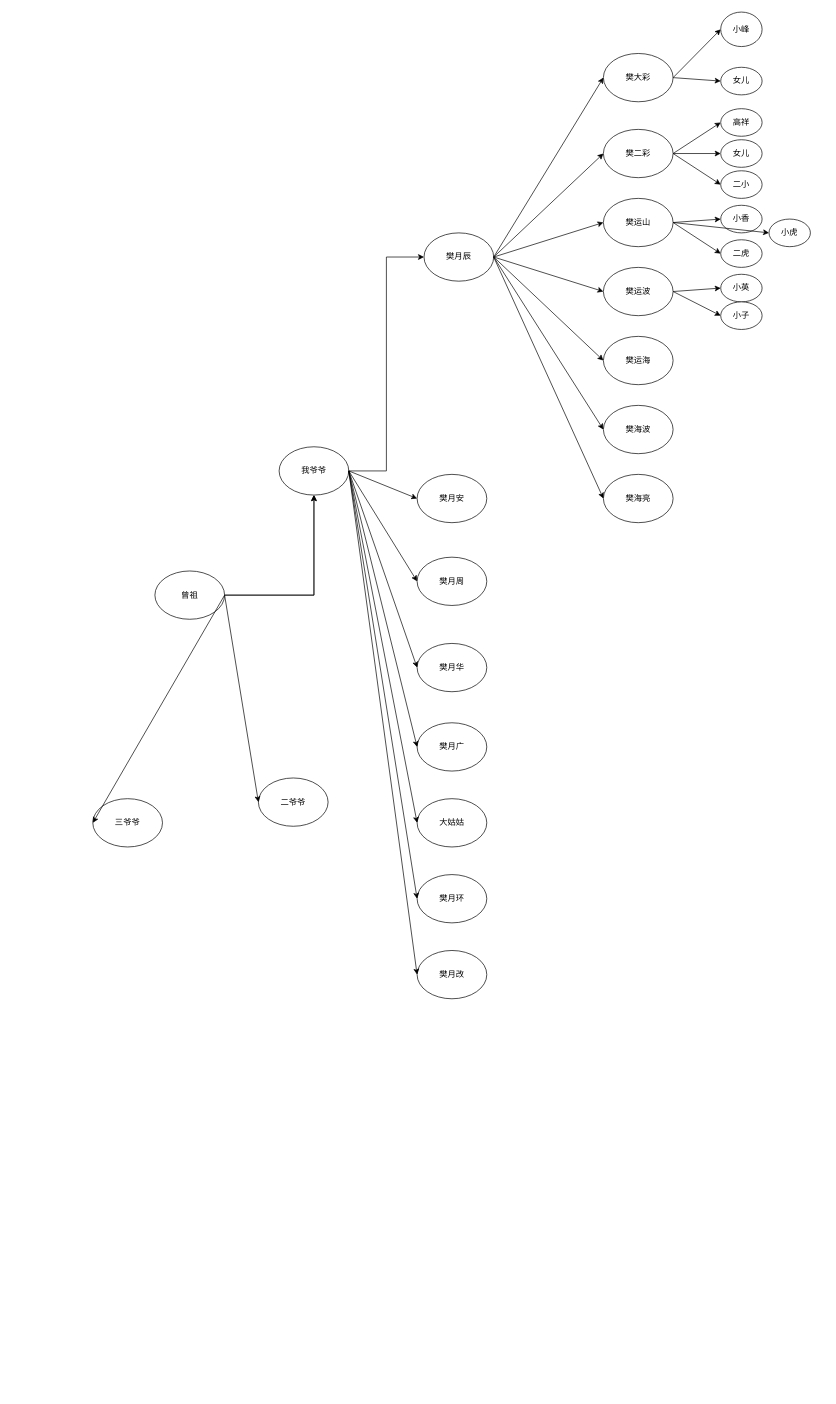
Before: 未命名绘图.drawio in fanswm/draw-io, a draw.io diagram. Source tidied: cells renumbered, new cells numbered last; positions are measured from the earlier drawing's top-left corner, leaving out a move shared by most shapes. Both pictures are drawn from the tidied source at 69%, with x=0, y=0 at pixel (92, 12).
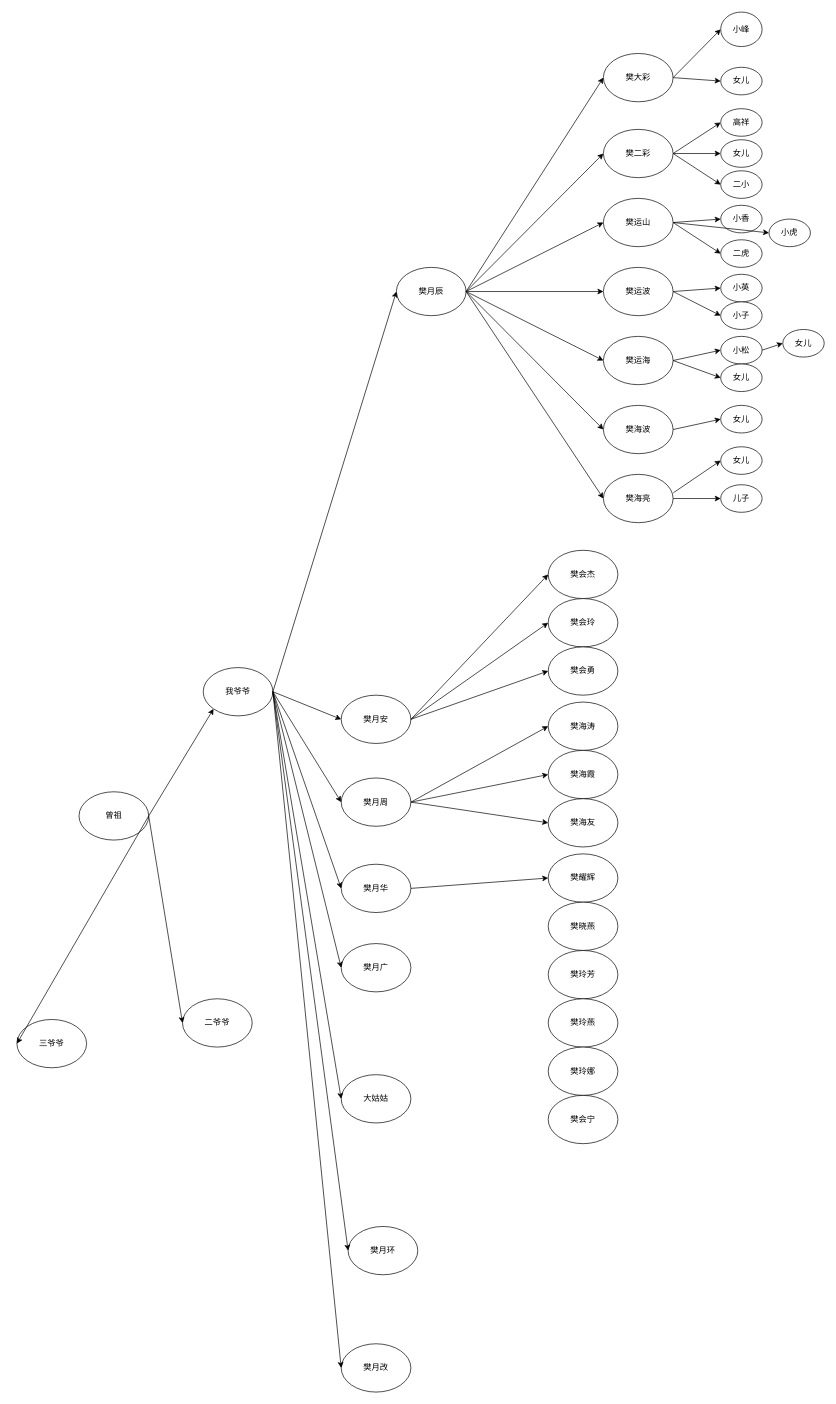
Above is the later version.

Commit message:
更新未命名绘图.drawio

Unchanged cells that the change refers to:
```xml
<mxCell id="30" value="樊运海" style="ellipse;whiteSpace=wrap;html=1;rounded=0;shadow=0;comic=0;strokeWidth=1;fontFamily=Verdana;" parent="1" vertex="1">
  <mxGeometry x="740" y="470" width="101" height="70" as="geometry" />
</mxCell>
<mxCell id="31" value="樊海波" style="ellipse;whiteSpace=wrap;html=1;rounded=0;shadow=0;comic=0;strokeWidth=1;fontFamily=Verdana;" parent="1" vertex="1">
  <mxGeometry x="740" y="570" width="101" height="70" as="geometry" />
</mxCell>
<mxCell id="32" value="樊海亮" style="ellipse;whiteSpace=wrap;html=1;rounded=0;shadow=0;comic=0;strokeWidth=1;fontFamily=Verdana;" parent="1" vertex="1">
  <mxGeometry x="740" y="670" width="101" height="70" as="geometry" />
</mxCell>
```

Diff of the diagram source:
```diff
@@
-    <mxCell id="2" style="edgeStyle=orthogonalEdgeStyle;rounded=0;jettySize=auto;html=1;" parent="1" edge="1" source="4" target="6">
-      <mxGeometry relative="1" as="geometry" />
-    </mxCell>
-    <mxCell id="3" style="edgeStyle=orthogonalEdgeStyle;rounded=0;jettySize=auto;html=1;" parent="1" edge="1" source="4" target="6">
-      <mxGeometry relative="1" as="geometry" />
-    </mxCell>
     <mxCell id="4" value="曾祖" style="ellipse;whiteSpace=wrap;html=1;rounded=0;shadow=0;comic=0;strokeWidth=1;fontFamily=Verdana;" parent="1" vertex="1">
-      <mxGeometry x="90" y="810" width="101" height="70" as="geometry" />
+      <mxGeometry x="-20" y="1130" width="101" height="70" as="geometry" />
     </mxCell>
-    <mxCell id="5" style="edgeStyle=orthogonalEdgeStyle;rounded=0;jettySize=auto;html=1;exitX=1;exitY=0.5;exitDx=0;exitDy=0;entryX=0;entryY=0.5;entryDx=0;entryDy=0;" parent="1" edge="1" source="6" target="11">
-      <mxGeometry relative="1" as="geometry" />
-    </mxCell>
     <mxCell id="6" value="我爷爷" style="ellipse;whiteSpace=wrap;html=1;rounded=0;shadow=0;comic=0;strokeWidth=1;fontFamily=Verdana;" parent="1" vertex="1">
-      <mxGeometry x="270" y="630" width="101" height="70" as="geometry" />
+      <mxGeometry x="160" y="950" width="101" height="70" as="geometry" />
     </mxCell>
     <mxCell id="7" value="二爷爷" style="ellipse;whiteSpace=wrap;html=1;rounded=0;shadow=0;comic=0;strokeWidth=1;fontFamily=Verdana;" parent="1" vertex="1">
-      <mxGeometry x="240" y="1110" width="101" height="70" as="geometry" />
+      <mxGeometry x="130" y="1430" width="101" height="70" as="geometry" />
     </mxCell>
     <mxCell id="8" value="三爷爷" style="ellipse;whiteSpace=wrap;html=1;rounded=0;shadow=0;comic=0;strokeWidth=1;fontFamily=Verdana;" parent="1" vertex="1">
-      <mxGeometry y="1140" width="101" height="70" as="geometry" />
+      <mxGeometry x="-110" y="1460" width="101" height="70" as="geometry" />
     </mxCell>
@@
     <mxCell id="11" value="樊月辰" style="ellipse;whiteSpace=wrap;html=1;rounded=0;shadow=0;comic=0;strokeWidth=1;fontFamily=Verdana;" parent="1" vertex="1">
-      <mxGeometry x="480" y="320" width="101" height="70" as="geometry" />
+      <mxGeometry x="440" y="370" width="101" height="70" as="geometry" />
     </mxCell>
     <mxCell id="12" value="樊月安" style="ellipse;whiteSpace=wrap;html=1;rounded=0;shadow=0;comic=0;strokeWidth=1;fontFamily=Verdana;" parent="1" vertex="1">
-      <mxGeometry x="470" y="670" width="101" height="70" as="geometry" />
+      <mxGeometry x="360" y="990" width="101" height="70" as="geometry" />
     </mxCell>
     <mxCell id="13" value="樊月周" style="ellipse;whiteSpace=wrap;html=1;rounded=0;shadow=0;comic=0;strokeWidth=1;fontFamily=Verdana;" parent="1" vertex="1">
-      <mxGeometry x="470" y="790" width="101" height="70" as="geometry" />
+      <mxGeometry x="360" y="1110" width="101" height="70" as="geometry" />
     </mxCell>
     <mxCell id="14" value="樊月华" style="ellipse;whiteSpace=wrap;html=1;rounded=0;shadow=0;comic=0;strokeWidth=1;fontFamily=Verdana;" parent="1" vertex="1">
-      <mxGeometry x="470" y="915" width="101" height="70" as="geometry" />
+      <mxGeometry x="360" y="1235" width="101" height="70" as="geometry" />
     </mxCell>
     <mxCell id="15" value="樊月广" style="ellipse;whiteSpace=wrap;html=1;rounded=0;shadow=0;comic=0;strokeWidth=1;fontFamily=Verdana;" parent="1" vertex="1">
-      <mxGeometry x="470" y="1030" width="101" height="70" as="geometry" />
+      <mxGeometry x="360" y="1350" width="101" height="70" as="geometry" />
     </mxCell>
     <mxCell id="16" value="大姑姑" style="ellipse;whiteSpace=wrap;html=1;rounded=0;shadow=0;comic=0;strokeWidth=1;fontFamily=Verdana;" parent="1" vertex="1">
-      <mxGeometry x="470" y="1140" width="101" height="70" as="geometry" />
+      <mxGeometry x="360" y="1540" width="101" height="70" as="geometry" />
     </mxCell>
     <mxCell id="17" value="樊月环" style="ellipse;whiteSpace=wrap;html=1;rounded=0;shadow=0;comic=0;strokeWidth=1;fontFamily=Verdana;" parent="1" vertex="1">
-      <mxGeometry x="470" y="1250" width="101" height="70" as="geometry" />
+      <mxGeometry x="370" y="1760" width="101" height="70" as="geometry" />
     </mxCell>
     <mxCell id="18" value="樊月改" style="ellipse;whiteSpace=wrap;html=1;rounded=0;shadow=0;comic=0;strokeWidth=1;fontFamily=Verdana;" parent="1" vertex="1">
-      <mxGeometry x="470" y="1360" width="101" height="70" as="geometry" />
+      <mxGeometry x="360" y="1930" width="101" height="70" as="geometry" />
     </mxCell>
@@
+    <mxCell id="5" style="endArrow=classic;html=1;rounded=0;exitX=1;exitY=0.5;exitDx=0;exitDy=0;entryX=0;entryY=0.5;entryDx=0;entryDy=0;" parent="1" edge="1" source="6" target="11">
+      <mxGeometry relative="1" as="geometry" />
+    </mxCell>
+    <mxCell id="60" style="endArrow=classic;html=1;rounded=0;exitX=1;exitY=0.5;exitDx=0;exitDy=0;entryX=0;entryY=1;entryDx=0;entryDy=0;" parent="1" edge="1" source="4" target="6">
+      <mxGeometry relative="1" as="geometry" />
+    </mxCell>
+    <mxCell id="61" value="小松" style="ellipse;whiteSpace=wrap;html=1;rounded=0;shadow=0;comic=0;strokeWidth=1;fontFamily=Verdana;" parent="1" vertex="1">
+      <mxGeometry x="910" y="470" width="60" height="40" as="geometry" />
+    </mxCell>
+    <mxCell id="62" value="女儿" style="ellipse;whiteSpace=wrap;html=1;rounded=0;shadow=0;comic=0;strokeWidth=1;fontFamily=Verdana;" parent="1" vertex="1">
+      <mxGeometry x="910" y="510" width="60" height="40" as="geometry" />
+    </mxCell>
+    <mxCell id="63" value="女儿" style="ellipse;whiteSpace=wrap;html=1;rounded=0;shadow=0;comic=0;strokeWidth=1;fontFamily=Verdana;" parent="1" vertex="1">
+      <mxGeometry x="1000" y="460" width="60" height="40" as="geometry" />
+    </mxCell>
+    <mxCell id="64" style="endArrow=classic;html=1;rounded=0;exitX=1;exitY=0.5;exitDx=0;exitDy=0;entryX=0;entryY=0.5;entryDx=0;entryDy=0;" parent="1" edge="1" source="30" target="61">
+      <mxGeometry relative="1" as="geometry" />
+    </mxCell>
+    <mxCell id="65" style="endArrow=classic;html=1;rounded=0;exitX=1;exitY=0.5;exitDx=0;exitDy=0;entryX=0;entryY=0.5;entryDx=0;entryDy=0;" parent="1" edge="1" source="61" target="63">
+      <mxGeometry relative="1" as="geometry" />
+    </mxCell>
+    <mxCell id="66" style="endArrow=classic;html=1;rounded=0;exitX=1;exitY=0.5;exitDx=0;exitDy=0;entryX=0;entryY=0.5;entryDx=0;entryDy=0;" parent="1" edge="1" source="30" target="62">
+      <mxGeometry relative="1" as="geometry" />
+    </mxCell>
+    <mxCell id="67" value="女儿" style="ellipse;whiteSpace=wrap;html=1;rounded=0;shadow=0;comic=0;strokeWidth=1;fontFamily=Verdana;" parent="1" vertex="1">
+      <mxGeometry x="910" y="570" width="60" height="40" as="geometry" />
+    </mxCell>
+    <mxCell id="68" style="endArrow=classic;html=1;rounded=0;exitX=1;exitY=0.5;exitDx=0;exitDy=0;entryX=0;entryY=0.5;entryDx=0;entryDy=0;" parent="1" edge="1" source="31" target="67">
+      <mxGeometry relative="1" as="geometry" />
+    </mxCell>
+    <mxCell id="69" value="女儿" style="ellipse;whiteSpace=wrap;html=1;rounded=0;shadow=0;comic=0;strokeWidth=1;fontFamily=Verdana;" parent="1" vertex="1">
+      <mxGeometry x="910" y="630" width="60" height="40" as="geometry" />
+    </mxCell>
+    <mxCell id="70" value="儿子" style="ellipse;whiteSpace=wrap;html=1;rounded=0;shadow=0;comic=0;strokeWidth=1;fontFamily=Verdana;" parent="1" vertex="1">
+      <mxGeometry x="910" y="685" width="60" height="40" as="geometry" />
+    </mxCell>
+    <mxCell id="71" style="endArrow=classic;html=1;rounded=0;exitX=1.002;exitY=0.383;exitDx=0;exitDy=0;entryX=0;entryY=0.5;entryDx=0;entryDy=0;exitPerimeter=0;" parent="1" edge="1" source="32" target="69">
+      <mxGeometry relative="1" as="geometry" />
+    </mxCell>
+    <mxCell id="72" style="endArrow=classic;html=1;rounded=0;exitX=1;exitY=0.5;exitDx=0;exitDy=0;entryX=0;entryY=0.5;entryDx=0;entryDy=0;" parent="1" edge="1" source="32" target="70">
+      <mxGeometry relative="1" as="geometry" />
+    </mxCell>
+    <mxCell id="73" value="樊会杰" style="ellipse;whiteSpace=wrap;html=1;rounded=0;shadow=0;comic=0;strokeWidth=1;fontFamily=Verdana;" parent="1" vertex="1">
+      <mxGeometry x="660" y="780" width="101" height="70" as="geometry" />
+    </mxCell>
+    <mxCell id="74" value="樊会玲" style="ellipse;whiteSpace=wrap;html=1;rounded=0;shadow=0;comic=0;strokeWidth=1;fontFamily=Verdana;" parent="1" vertex="1">
+      <mxGeometry x="660" y="850" width="101" height="70" as="geometry" />
+    </mxCell>
+    <mxCell id="75" value="樊会勇" style="ellipse;whiteSpace=wrap;html=1;rounded=0;shadow=0;comic=0;strokeWidth=1;fontFamily=Verdana;" parent="1" vertex="1">
+      <mxGeometry x="660" y="920" width="101" height="70" as="geometry" />
+    </mxCell>
+    <mxCell id="76" value="樊海涛" style="ellipse;whiteSpace=wrap;html=1;rounded=0;shadow=0;comic=0;strokeWidth=1;fontFamily=Verdana;" parent="1" vertex="1">
+      <mxGeometry x="660" y="1000" width="101" height="70" as="geometry" />
+    </mxCell>
+    <mxCell id="77" value="樊海霞" style="ellipse;whiteSpace=wrap;html=1;rounded=0;shadow=0;comic=0;strokeWidth=1;fontFamily=Verdana;" parent="1" vertex="1">
+      <mxGeometry x="660" y="1070" width="101" height="70" as="geometry" />
+    </mxCell>
+    <mxCell id="78" value="樊海友" style="ellipse;whiteSpace=wrap;html=1;rounded=0;shadow=0;comic=0;strokeWidth=1;fontFamily=Verdana;" parent="1" vertex="1">
+      <mxGeometry x="660" y="1140" width="101" height="70" as="geometry" />
+    </mxCell>
+    <mxCell id="79" value="樊耀辉" style="ellipse;whiteSpace=wrap;html=1;rounded=0;shadow=0;comic=0;strokeWidth=1;fontFamily=Verdana;" parent="1" vertex="1">
+      <mxGeometry x="660" y="1220" width="101" height="70" as="geometry" />
+    </mxCell>
+    <mxCell id="80" value="樊晓燕" style="ellipse;whiteSpace=wrap;html=1;rounded=0;shadow=0;comic=0;strokeWidth=1;fontFamily=Verdana;" parent="1" vertex="1">
+      <mxGeometry x="660" y="1290" width="101" height="70" as="geometry" />
+    </mxCell>
+    <mxCell id="81" style="endArrow=classic;html=1;rounded=0;exitX=1;exitY=0.5;exitDx=0;exitDy=0;entryX=0;entryY=0.5;entryDx=0;entryDy=0;" parent="1" edge="1" source="12" target="73">
+      <mxGeometry relative="1" as="geometry" />
+    </mxCell>
+    <mxCell id="82" style="endArrow=classic;html=1;rounded=0;exitX=1;exitY=0.5;exitDx=0;exitDy=0;entryX=0;entryY=0.5;entryDx=0;entryDy=0;" parent="1" edge="1" source="12" target="74">
+      <mxGeometry relative="1" as="geometry" />
+    </mxCell>
+    <mxCell id="83" style="endArrow=classic;html=1;rounded=0;exitX=1;exitY=0.5;exitDx=0;exitDy=0;entryX=0;entryY=0.5;entryDx=0;entryDy=0;" parent="1" edge="1" source="12" target="75">
+      <mxGeometry relative="1" as="geometry" />
+    </mxCell>
+    <mxCell id="84" style="endArrow=classic;html=1;rounded=0;exitX=1;exitY=0.5;exitDx=0;exitDy=0;entryX=0;entryY=0.5;entryDx=0;entryDy=0;" parent="1" edge="1" source="13" target="76">
+      <mxGeometry relative="1" as="geometry" />
+    </mxCell>
+    <mxCell id="85" style="endArrow=classic;html=1;rounded=0;exitX=1;exitY=0.5;exitDx=0;exitDy=0;entryX=0;entryY=0.5;entryDx=0;entryDy=0;" parent="1" edge="1" source="13" target="77">
+      <mxGeometry relative="1" as="geometry" />
+    </mxCell>
+    <mxCell id="86" style="endArrow=classic;html=1;rounded=0;exitX=1;exitY=0.5;exitDx=0;exitDy=0;entryX=0;entryY=0.5;entryDx=0;entryDy=0;" parent="1" edge="1" source="13" target="78">
+      <mxGeometry relative="1" as="geometry" />
+    </mxCell>
+    <mxCell id="87" value="樊玲芳" style="ellipse;whiteSpace=wrap;html=1;rounded=0;shadow=0;comic=0;strokeWidth=1;fontFamily=Verdana;" parent="1" vertex="1">
+      <mxGeometry x="660" y="1360" width="101" height="70" as="geometry" />
+    </mxCell>
+    <mxCell id="88" value="樊玲燕" style="ellipse;whiteSpace=wrap;html=1;rounded=0;shadow=0;comic=0;strokeWidth=1;fontFamily=Verdana;" parent="1" vertex="1">
+      <mxGeometry x="660" y="1430" width="101" height="70" as="geometry" />
+    </mxCell>
+    <mxCell id="89" value="樊玲娜" style="ellipse;whiteSpace=wrap;html=1;rounded=0;shadow=0;comic=0;strokeWidth=1;fontFamily=Verdana;" parent="1" vertex="1">
+      <mxGeometry x="660" y="1500" width="101" height="70" as="geometry" />
+    </mxCell>
+    <mxCell id="90" value="樊会宁" style="ellipse;whiteSpace=wrap;html=1;rounded=0;shadow=0;comic=0;strokeWidth=1;fontFamily=Verdana;" parent="1" vertex="1">
+      <mxGeometry x="660" y="1570" width="101" height="70" as="geometry" />
+    </mxCell>
+    <mxCell id="91" style="endArrow=classic;html=1;rounded=0;exitX=1;exitY=0.5;exitDx=0;exitDy=0;entryX=0;entryY=0.5;entryDx=0;entryDy=0;" parent="1" edge="1" source="14" target="79">
+      <mxGeometry relative="1" as="geometry" />
+    </mxCell>
```
